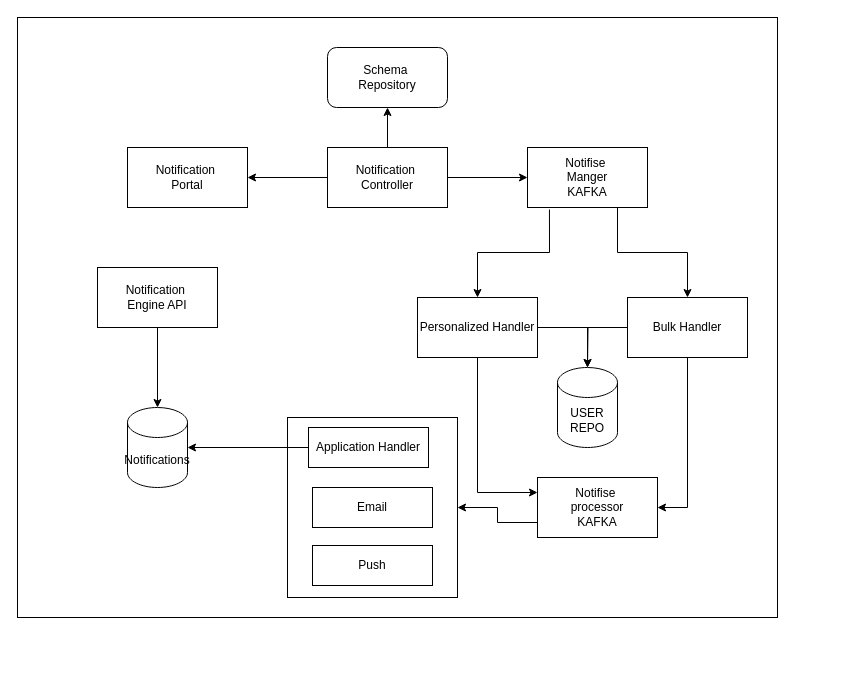
Before: page "Notiwise_Processor_AOD" (3 of 4) of design/NotiwiseAOD.drawio in vinoth-kumar-sunderraj/notiwise, a draw.io diagram. Source tidied: cells renumbered, new cells numbered last; positions are measured from the earlier drawing's top-left corner, leaving out a move shared by most shapes. Both pictures are drawn from the tidied source at 100%, with x=0, y=0 at pixel (17, 17).
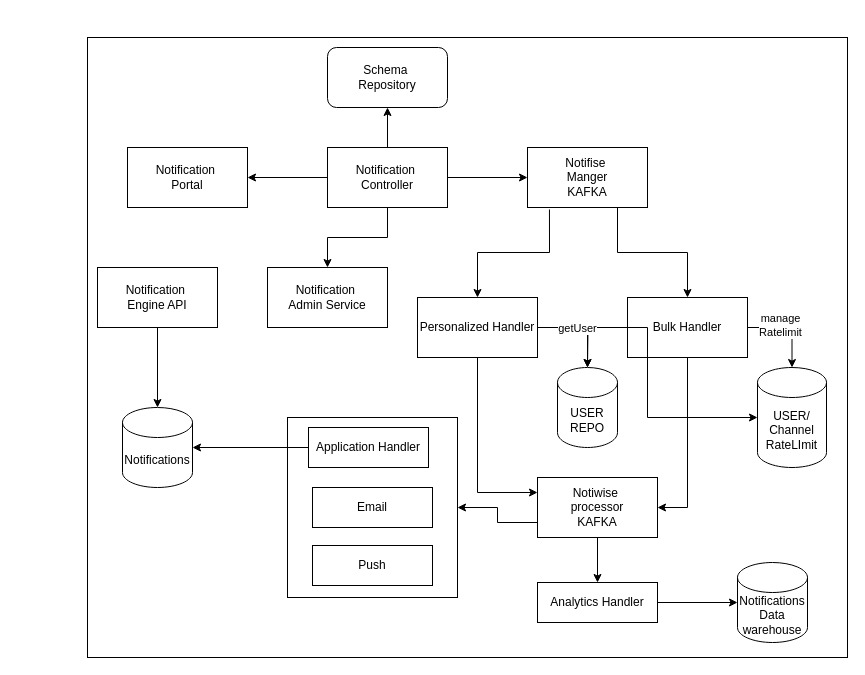
After the change.

The change refers to these unchanged cells:
```xml
<mxCell id="6" value="Notification&amp;nbsp;&lt;div&gt;Controller&lt;/div&gt;" style="rounded=0;whiteSpace=wrap;html=1;" parent="1" vertex="1">
  <mxGeometry x="310" y="130" width="120" height="60" as="geometry" />
</mxCell>
<mxCell id="14" value="Personalized Handler" style="rounded=0;whiteSpace=wrap;html=1;" parent="1" vertex="1">
  <mxGeometry x="400" y="280" width="120" height="60" as="geometry" />
</mxCell>
<mxCell id="17" value="Bulk Handler" style="rounded=0;whiteSpace=wrap;html=1;" parent="1" vertex="1">
  <mxGeometry x="610" y="280" width="120" height="60" as="geometry" />
</mxCell>
```

What changed in the source:
```diff
@@
     <mxCell id="2" style="rounded=0;whiteSpace=wrap;html=1;" parent="1" vertex="1">
-      <mxGeometry width="760" height="600" as="geometry" />
+      <mxGeometry x="70" y="20" width="760" height="620" as="geometry" />
     </mxCell>
@@
+    <mxCell id="29" style="edgeStyle=orthogonalEdgeStyle;rounded=0;jettySize=auto;html=1;" parent="1" edge="1" source="6" target="39">
+      <mxGeometry relative="1" as="geometry" />
+    </mxCell>
@@
+    <mxCell id="30" style="edgeStyle=orthogonalEdgeStyle;rounded=0;jettySize=auto;html=1;" parent="1" edge="1" source="17" target="36">
+      <mxGeometry relative="1" as="geometry" />
+    </mxCell>
+    <mxCell id="31" value="manage&lt;div&gt;Ratelimit&lt;/div&gt;" style="edgeLabel;html=1;align=center;verticalAlign=middle;" parent="30" vertex="1">
+      <mxGeometry x="-0.25" y="3" relative="1" as="geometry" />
+    </mxCell>
@@
+    <mxCell id="32" style="edgeStyle=orthogonalEdgeStyle;rounded=0;jettySize=auto;html=1;" parent="1" edge="1" source="20" target="34">
+      <mxGeometry relative="1" as="geometry" />
+    </mxCell>
-    <mxCell id="20" value="Notifise&amp;nbsp;&lt;div&gt;processor&lt;br&gt;&lt;div&gt;KAFKA&lt;/div&gt;&lt;/div&gt;" style="rounded=0;whiteSpace=wrap;html=1;" parent="1" vertex="1">
+    <mxCell id="20" value="Notiwise&amp;nbsp;&lt;div&gt;processor&lt;br&gt;&lt;div&gt;KAFKA&lt;/div&gt;&lt;/div&gt;" style="rounded=0;whiteSpace=wrap;html=1;" parent="1" vertex="1">
       <mxGeometry x="520" y="460" width="120" height="60" as="geometry" />
     </mxCell>
@@
     <mxCell id="26" value="Notifications" style="shape=cylinder3;whiteSpace=wrap;html=1;boundedLbl=1;backgroundOutline=1;size=15;" parent="1" vertex="1">
-      <mxGeometry x="110" y="390" width="60" height="80" as="geometry" />
+      <mxGeometry x="105" y="390" width="70" height="80" as="geometry" />
     </mxCell>
@@
+    <mxCell id="33" style="edgeStyle=orthogonalEdgeStyle;rounded=0;jettySize=auto;html=1;" parent="1" edge="1" source="34" target="35">
+      <mxGeometry relative="1" as="geometry" />
+    </mxCell>
+    <mxCell id="34" value="Analytics Handler" style="rounded=0;whiteSpace=wrap;html=1;" parent="1" vertex="1">
+      <mxGeometry x="520" y="565" width="120" height="40" as="geometry" />
+    </mxCell>
+    <mxCell id="35" value="Notifications&lt;div&gt;Data&lt;/div&gt;&lt;div&gt;warehouse&lt;/div&gt;" style="shape=cylinder3;whiteSpace=wrap;html=1;boundedLbl=1;backgroundOutline=1;size=15;" parent="1" vertex="1">
+      <mxGeometry x="720" y="545" width="70" height="80" as="geometry" />
+    </mxCell>
+    <mxCell id="36" value="USER/&lt;div&gt;Channel RateLImit&lt;/div&gt;" style="shape=cylinder3;whiteSpace=wrap;html=1;boundedLbl=1;backgroundOutline=1;size=15;" parent="1" vertex="1">
+      <mxGeometry x="740" y="350" width="69" height="100" as="geometry" />
+    </mxCell>
+    <mxCell id="37" style="edgeStyle=orthogonalEdgeStyle;rounded=0;jettySize=auto;html=1;entryX=0;entryY=0.5;entryDx=0;entryDy=0;entryPerimeter=0;" parent="1" edge="1" source="14" target="36">
+      <mxGeometry relative="1" as="geometry" />
+    </mxCell>
+    <mxCell id="38" value="getUser" style="edgeLabel;html=1;align=center;verticalAlign=middle;" parent="37" vertex="1">
+      <mxGeometry x="-0.75" relative="1" as="geometry" />
+    </mxCell>
+    <mxCell id="39" value="Notification&amp;nbsp;&lt;div&gt;Admin Service&lt;/div&gt;" style="rounded=0;whiteSpace=wrap;html=1;" parent="1" vertex="1">
+      <mxGeometry x="250" y="250" width="120" height="60" as="geometry" />
+    </mxCell>
```
